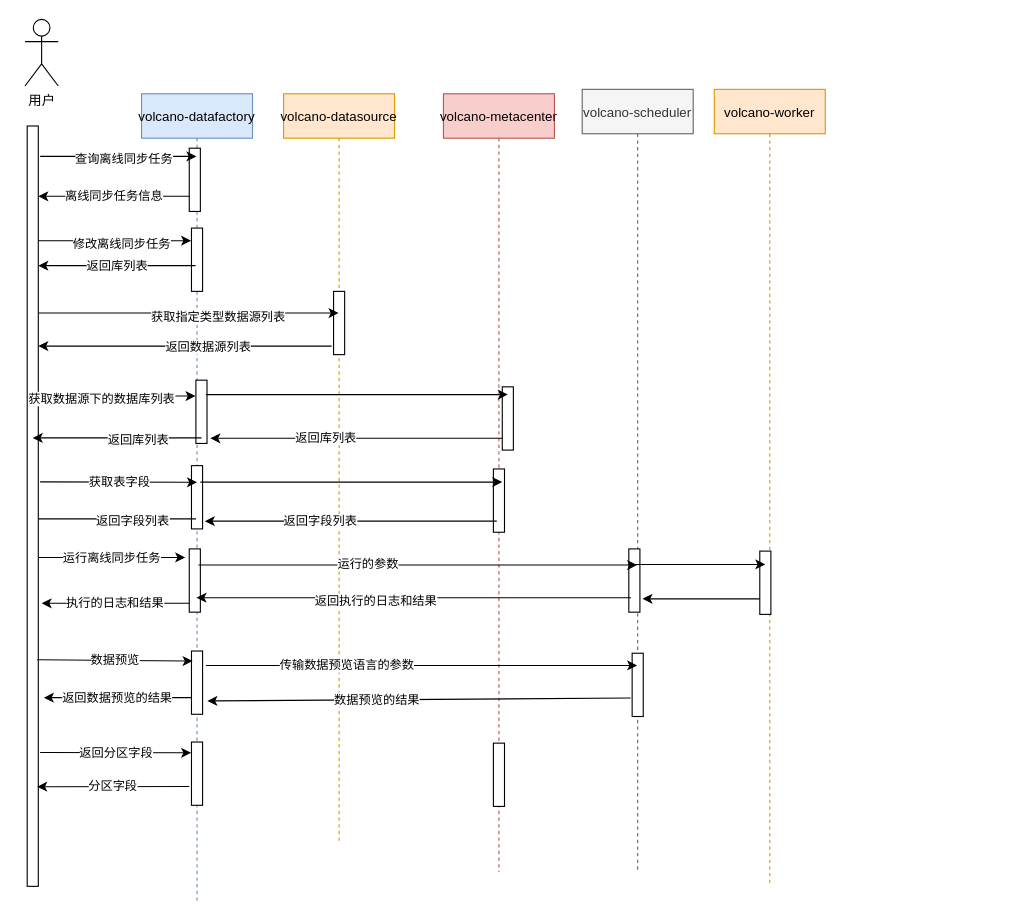
Earlier version of the draw.io diagram Untitled Diagram.drawio (mumucgq/images). Source tidied: cells renumbered, new cells numbered last; positions are measured from the earlier drawing's top-left corner, leaving out a move shared by most shapes. Both pictures are drawn from the tidied source at 111%, with x=0, y=0 at pixel (24, 19).
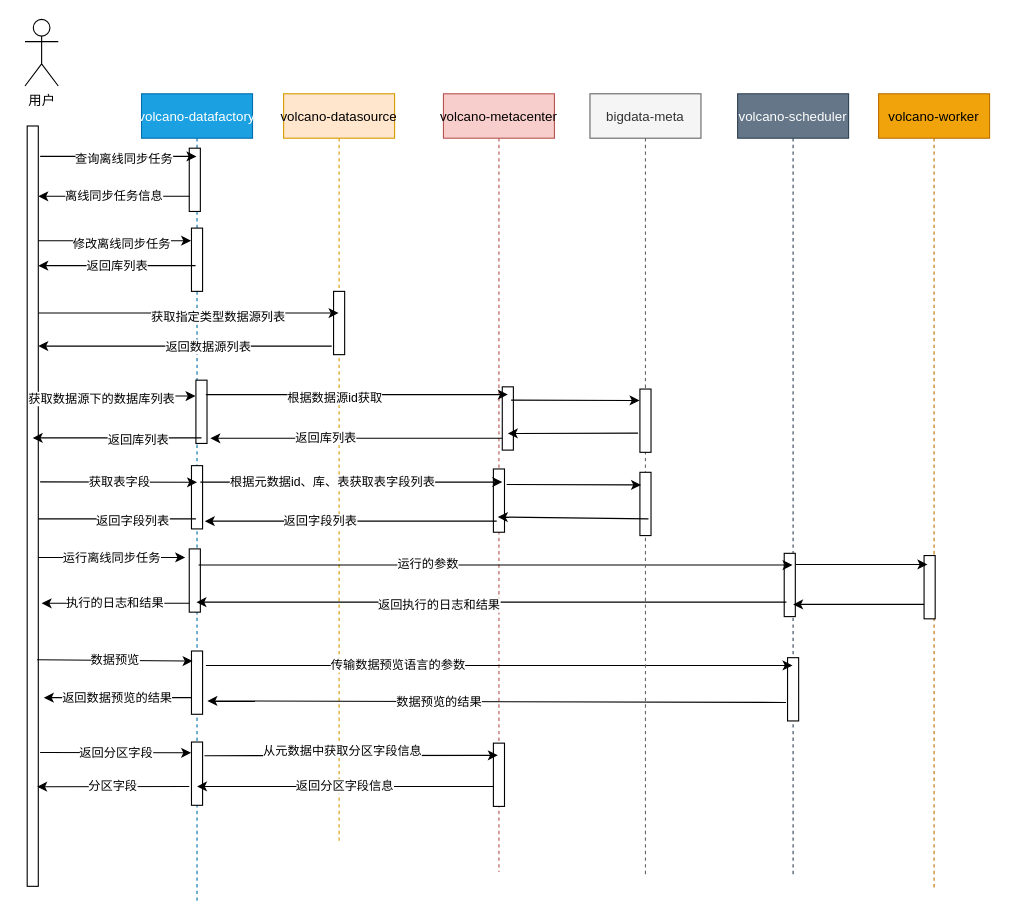
Above is the later version.

Unchanged cells that the change refers to:
```xml
<mxCell id="12" style="points=[];perimeter=orthogonalPerimeter;rounded=0;shadow=0;strokeWidth=1;" parent="2" vertex="1">
  <mxGeometry x="45" y="584" width="10" height="57" as="geometry" />
</mxCell>
<mxCell id="16" style="points=[];perimeter=orthogonalPerimeter;rounded=0;shadow=0;strokeWidth=1;" parent="13" vertex="1">
  <mxGeometry x="45" y="585" width="10" height="57" as="geometry" />
</mxCell>
<mxCell id="20" style="endArrow=classic;html=1;rounded=0;exitX=0.9;exitY=0.228;exitDx=0;exitDy=0;exitPerimeter=0;" parent="18" edge="1">
  <mxGeometry relative="1" as="geometry">
    <mxPoint x="-75" y="349.8" as="sourcePoint" />
    <mxPoint x="197" y="349.8" as="targetPoint" />
  </mxGeometry>
</mxCell>
<mxCell id="22" style="points=[];perimeter=orthogonalPerimeter;rounded=0;shadow=0;strokeWidth=1;" parent="21" vertex="1">
  <mxGeometry x="41" y="416" width="10" height="57" as="geometry" />
</mxCell>
<mxCell id="49" style="endArrow=classic;html=1;rounded=0;exitX=0.9;exitY=0.228;exitDx=0;exitDy=0;exitPerimeter=0;" parent="1" edge="1" source="3">
  <mxGeometry relative="1" as="geometry">
    <mxPoint x="435" y="338" as="targetPoint" />
  </mxGeometry>
</mxCell>
```

What changed in the source:
```diff
@@
-    <mxCell id="2" value="volcano-datafactory" style="shape=umlLifeline;perimeter=lifelinePerimeter;rounded=0;shadow=0;strokeWidth=1;fillColor=#dae8fc;strokeColor=#6c8ebf;" parent="1" vertex="1">
+    <mxCell id="2" value="volcano-datafactory" style="shape=umlLifeline;perimeter=lifelinePerimeter;rounded=0;shadow=0;strokeWidth=1;fillColor=#1ba1e2;strokeColor=#006EAF;fontColor=#ffffff;" parent="1" vertex="1">
       <mxGeometry x="105" y="67" width="100" height="727" as="geometry" />
     </mxCell>
@@
+    <mxCell id="62" value="根据元数据id、库、表获取表字段列表" style="edgeLabel;html=1;align=center;verticalAlign=middle;" parent="20" vertex="1">
+      <mxGeometry x="-0.13" relative="1" as="geometry" />
+    </mxCell>
-    <mxCell id="21" value="volcano-worker" style="shape=umlLifeline;perimeter=lifelinePerimeter;rounded=0;shadow=0;strokeWidth=1;fillColor=#ffe6cc;strokeColor=#d79b00;" parent="1" vertex="1">
-      <mxGeometry x="621" y="63" width="100" height="716" as="geometry" />
+    <mxCell id="21" value="volcano-worker" style="shape=umlLifeline;perimeter=lifelinePerimeter;rounded=0;shadow=0;strokeWidth=1;fillColor=#f0a30a;strokeColor=#BD7000;fontColor=#000000;" parent="1" vertex="1">
+      <mxGeometry x="769" y="67" width="100" height="716" as="geometry" />
     </mxCell>
@@
+    <mxCell id="43" style="endArrow=classic;html=1;rounded=0;" parent="21" edge="1">
+      <mxGeometry relative="1" as="geometry">
+        <mxPoint x="-75" y="424" as="sourcePoint" />
+        <mxPoint x="44" y="424" as="targetPoint" />
+      </mxGeometry>
+    </mxCell>
-    <mxCell id="23" value="volcano-scheduler" style="shape=umlLifeline;perimeter=lifelinePerimeter;rounded=0;shadow=0;strokeWidth=1;fillColor=#f5f5f5;fontColor=#333333;strokeColor=#666666;" parent="1" vertex="1">
-      <mxGeometry x="502" y="63" width="100" height="704" as="geometry" />
+    <mxCell id="23" value="volcano-scheduler" style="shape=umlLifeline;perimeter=lifelinePerimeter;rounded=0;shadow=0;strokeWidth=1;fillColor=#647687;fontColor=#ffffff;strokeColor=#314354;" parent="1" vertex="1">
+      <mxGeometry x="642" y="67" width="100" height="704" as="geometry" />
     </mxCell>
@@
-    <mxCell id="43" style="endArrow=classic;html=1;rounded=0;" parent="1" edge="1">
-      <mxGeometry relative="1" as="geometry">
-        <mxPoint x="548" y="491" as="sourcePoint" />
-        <mxPoint x="667" y="491" as="targetPoint" />
-      </mxGeometry>
-    </mxCell>
-    <mxCell id="44" style="endArrow=classic;html=1;rounded=0;entryX=0.543;entryY=0.652;entryDx=0;entryDy=0;entryPerimeter=0;" parent="1" edge="1" source="22" target="23">
-      <mxGeometry relative="1" as="geometry" />
+    <mxCell id="44" style="endArrow=classic;html=1;rounded=0;" parent="1" edge="1" source="22">
+      <mxGeometry relative="1" as="geometry">
+        <mxPoint x="692" y="527" as="targetPoint" />
+      </mxGeometry>
     </mxCell>
@@
+    <mxCell id="63" value="根据数据源id获取" style="edgeLabel;html=1;align=center;verticalAlign=middle;" parent="49" vertex="1">
+      <mxGeometry x="-0.15" y="-3" relative="1" as="geometry" />
+    </mxCell>
@@
+    <mxCell id="64" style="endArrow=classic;html=1;rounded=0;exitX=1.167;exitY=0.216;exitDx=0;exitDy=0;exitPerimeter=0;" parent="1" edge="1" source="12">
+      <mxGeometry relative="1" as="geometry">
+        <mxPoint x="426" y="663" as="targetPoint" />
+      </mxGeometry>
+    </mxCell>
+    <mxCell id="65" value="从元数据中获取分区字段信息" style="edgeLabel;html=1;align=center;verticalAlign=middle;" parent="64" vertex="1">
+      <mxGeometry x="-0.06" y="5" relative="1" as="geometry" />
+    </mxCell>
+    <mxCell id="66" value="返回分区字段信息" style="endArrow=classic;html=1;rounded=0;" parent="1" edge="1" source="16">
+      <mxGeometry relative="1" as="geometry">
+        <mxPoint x="155" y="691" as="targetPoint" />
+      </mxGeometry>
+    </mxCell>
+    <mxCell id="67" value="bigdata-meta" style="shape=umlLifeline;perimeter=lifelinePerimeter;rounded=0;shadow=0;strokeWidth=1;fillColor=#f5f5f5;fontColor=#333333;strokeColor=#666666;" parent="1" vertex="1">
+      <mxGeometry x="509" y="67" width="100" height="704" as="geometry" />
+    </mxCell>
+    <mxCell id="68" style="points=[];perimeter=orthogonalPerimeter;rounded=0;shadow=0;strokeWidth=1;" parent="67" vertex="1">
+      <mxGeometry x="45" y="341" width="10" height="57" as="geometry" />
+    </mxCell>
+    <mxCell id="69" style="points=[];perimeter=orthogonalPerimeter;rounded=0;shadow=0;strokeWidth=1;" parent="67" vertex="1">
+      <mxGeometry x="45" y="266" width="10" height="57" as="geometry" />
+    </mxCell>
+    <mxCell id="70" style="endArrow=classic;html=1;rounded=0;exitX=0.527;exitY=0.544;exitDx=0;exitDy=0;exitPerimeter=0;" parent="67" edge="1" source="67">
+      <mxGeometry relative="1" as="geometry">
+        <mxPoint x="-83" y="381.3" as="targetPoint" />
+      </mxGeometry>
+    </mxCell>
+    <mxCell id="71" style="endArrow=classic;html=1;rounded=0;entryX=-0.033;entryY=0.181;entryDx=0;entryDy=0;entryPerimeter=0;" parent="1" edge="1" target="69">
+      <mxGeometry relative="1" as="geometry">
+        <mxPoint x="438" y="343" as="sourcePoint" />
+      </mxGeometry>
+    </mxCell>
+    <mxCell id="72" style="endArrow=classic;html=1;rounded=0;exitX=-0.167;exitY=0.696;exitDx=0;exitDy=0;exitPerimeter=0;" parent="1" edge="1" source="69">
+      <mxGeometry relative="1" as="geometry">
+        <mxPoint x="435" y="373" as="targetPoint" />
+      </mxGeometry>
+    </mxCell>
+    <mxCell id="73" style="endArrow=classic;html=1;rounded=0;entryX=0.1;entryY=0.199;entryDx=0;entryDy=0;entryPerimeter=0;" parent="1" edge="1" target="68">
+      <mxGeometry relative="1" as="geometry">
+        <mxPoint x="434" y="419" as="sourcePoint" />
+      </mxGeometry>
+    </mxCell>
```
